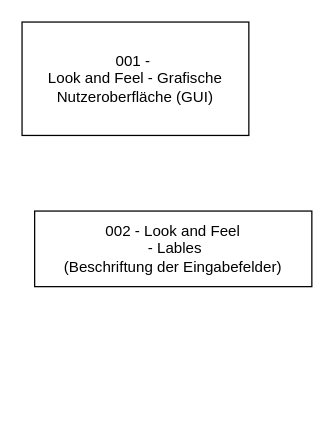
Above: Unbenanntes Diagramm.drawio in 20SEBastian03/PraktikumSoftwaretechnik2024_25 (draw.io), before the change. Source tidied: cells renumbered, new cells numbered last; positions are measured from the earlier drawing's top-left corner, leaving out a move shared by most shapes. Both pictures are drawn from the tidied source at 126%, with x=0, y=0 at pixel (21, 21).
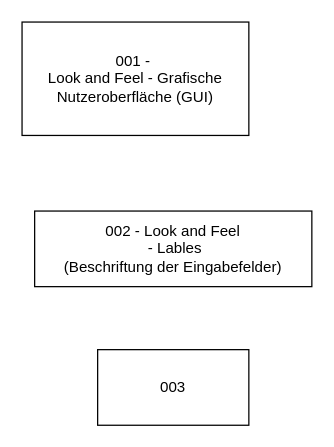
After the change.

Diff of the diagram source:
```diff
@@
 <mxGraphModel>
   <root>
     <mxCell id="0" />
     <mxCell id="1" parent="0" />
     <mxCell id="2" value="001 -&amp;nbsp;&lt;div&gt;&lt;span style=&quot;background-color: initial;&quot;&gt;Look and Feel - Grafische Nutzeroberfläche (GUI)&lt;/span&gt;&lt;/div&gt;" style="rounded=0;whiteSpace=wrap;html=1;" parent="1" vertex="1">
       <mxGeometry width="180" height="90" as="geometry" />
     </mxCell>
     <mxCell id="3" value="002 - Look and Feel&lt;div&gt;&amp;nbsp;- Lables&lt;div&gt;(Beschriftung der Eingabefelder)&lt;/div&gt;&lt;/div&gt;" style="rounded=0;whiteSpace=wrap;html=1;" parent="1" vertex="1">
       <mxGeometry x="10" y="150" width="220" height="60" as="geometry" />
     </mxCell>
+    <mxCell id="4" value="003" style="rounded=0;whiteSpace=wrap;html=1;" parent="1" vertex="1">
+      <mxGeometry x="60" y="260" width="120" height="60" as="geometry" />
+    </mxCell>
   </root>
 </mxGraphModel>
```
